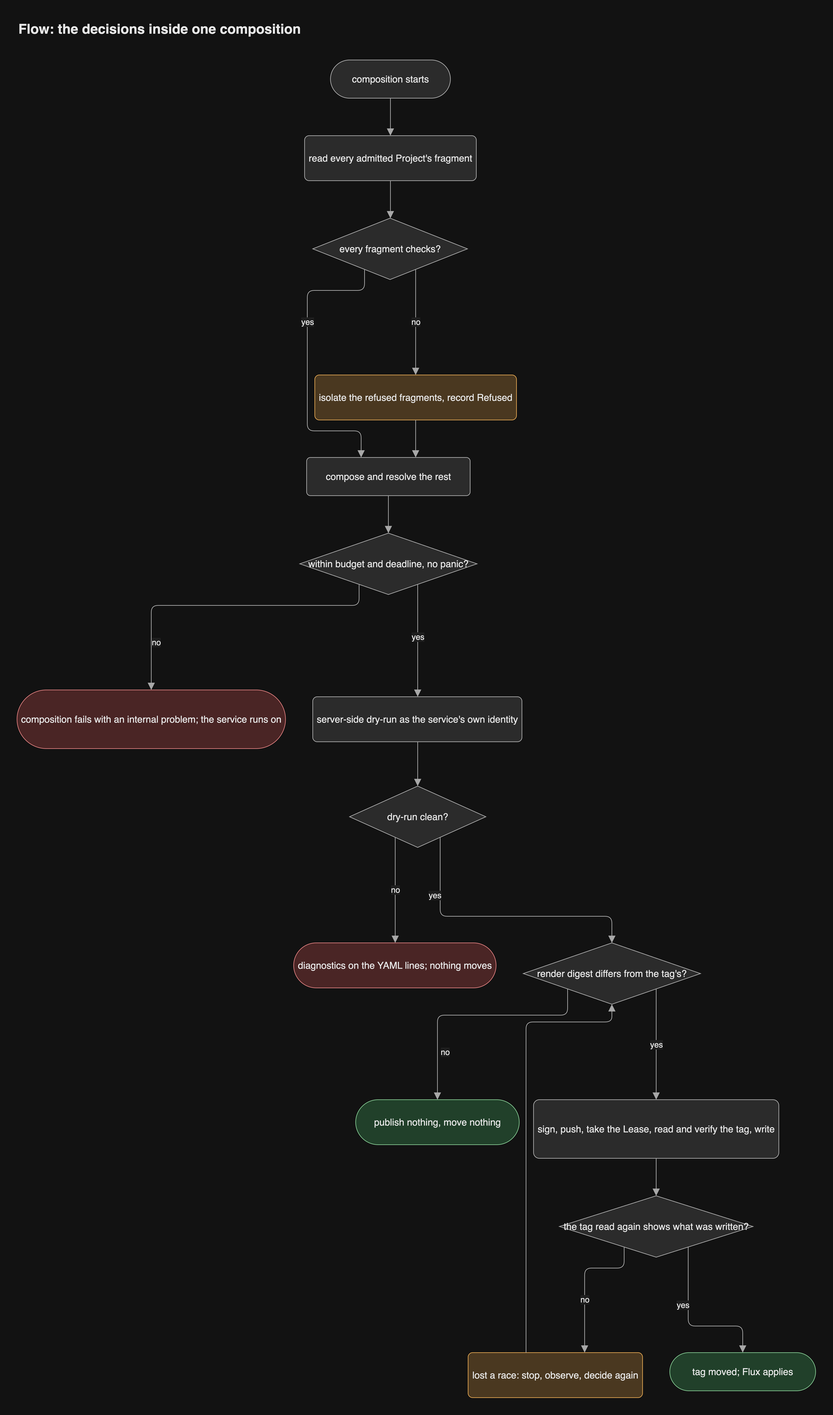
This is docs/diagrams/png/flow-composition.png from JorisJonkers-dev/estate-kit, a draw.io export, as it was before one commit. Source tidied: cells renumbered, new cells last; positions are measured from the earlier drawing's top-left corner, leaving out a move shared by most shapes.
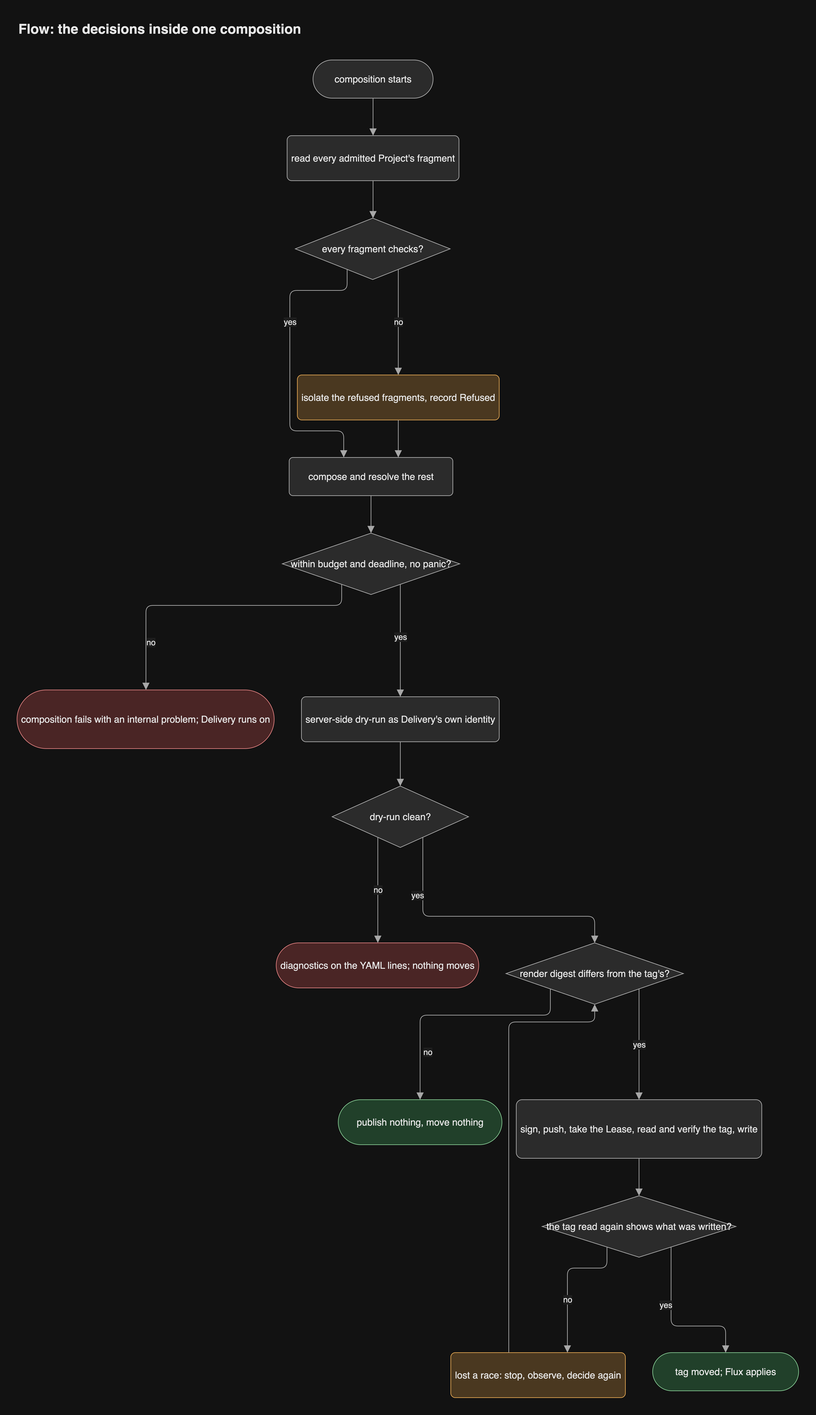
The same file after the commit.

Diff of the diagram source:
```diff
@@ -20,11 +20,11 @@
     <mxCell id="7" value="within budget and deadline, no panic?" style="rhombus;html=1;whiteSpace=wrap;fontSize=14;fontColor=light-dark(#1a1a1a,#e8e8e8);fillColor=light-dark(#f5f5f5,#2b2b2b);strokeColor=light-dark(#666666,#a8a8a8);fontFamily=Helvetica;" parent="1" vertex="1">
       <mxGeometry x="415" y="758" width="260" height="90" as="geometry" />
     </mxCell>
-    <mxCell id="8" value="composition fails with an internal problem; the service runs on" style="rounded=1;arcSize=50;html=1;whiteSpace=wrap;fontSize=14;fontColor=light-dark(#1a1a1a,#e8e8e8);fillColor=light-dark(#f8cecc,#4a2525);strokeColor=light-dark(#b85450,#d47a7a);fontFamily=Helvetica;" parent="1" vertex="1">
-      <mxGeometry y="988" width="394" height="86" as="geometry" />
+    <mxCell id="8" value="composition fails with an internal problem; Delivery runs on" style="rounded=1;arcSize=50;html=1;whiteSpace=wrap;fontSize=14;fontColor=light-dark(#1a1a1a,#e8e8e8);fillColor=light-dark(#f8cecc,#4a2525);strokeColor=light-dark(#b85450,#d47a7a);fontFamily=Helvetica;" parent="1" vertex="1">
+      <mxGeometry x="26" y="988" width="377" height="86" as="geometry" />
     </mxCell>
-    <mxCell id="9" value="server-side dry-run as the service's own identity" style="rounded=1;arcSize=10;html=1;whiteSpace=wrap;fontSize=14;fontColor=light-dark(#1a1a1a,#e8e8e8);fillColor=light-dark(#f5f5f5,#2b2b2b);strokeColor=light-dark(#666666,#a8a8a8);fontFamily=Helvetica;" parent="1" vertex="1">
-      <mxGeometry x="434" y="998" width="307" height="66" as="geometry" />
+    <mxCell id="9" value="server-side dry-run as Delivery's own identity" style="rounded=1;arcSize=10;html=1;whiteSpace=wrap;fontSize=14;fontColor=light-dark(#1a1a1a,#e8e8e8);fillColor=light-dark(#f5f5f5,#2b2b2b);strokeColor=light-dark(#666666,#a8a8a8);fontFamily=Helvetica;" parent="1" vertex="1">
+      <mxGeometry x="443" y="998" width="290" height="66" as="geometry" />
     </mxCell>
     <mxCell id="10" value="dry-run clean?" style="rhombus;html=1;whiteSpace=wrap;fontSize=14;fontColor=light-dark(#1a1a1a,#e8e8e8);fillColor=light-dark(#f5f5f5,#2b2b2b);strokeColor=light-dark(#666666,#a8a8a8);fontFamily=Helvetica;" parent="1" vertex="1">
       <mxGeometry x="488" y="1129" width="200" height="90" as="geometry" />
@@ -96,16 +96,16 @@
         </Array>
       </mxGeometry>
     </mxCell>
-    <mxCell id="24" value="no" style="html=1;rounded=1;fontSize=14;fontSize=12;fontColor=light-dark(#1a1a1a,#e8e8e8);strokeColor=light-dark(#666666,#a8a8a8);endArrow=block;endFill=1;endSize=8;noEdgeStyle=1;orthogonal=1;curved=0;exitX=0.3346;exitY=0.8346;entryX=0.5;entryY=0;fontFamily=Helvetica;labelBackgroundColor=light-dark(#ffffff,#1e1e1e);" parent="1" edge="1" source="7" target="8">
+    <mxCell id="24" value="no" style="html=1;rounded=1;fontSize=14;fontSize=12;fontColor=light-dark(#1a1a1a,#e8e8e8);strokeColor=light-dark(#666666,#a8a8a8);endArrow=block;endFill=1;endSize=8;noEdgeStyle=1;orthogonal=1;curved=0;exitX=0.3346;exitY=0.8346;entryX=0.5013;entryY=0;fontFamily=Helvetica;labelBackgroundColor=light-dark(#ffffff,#1e1e1e);" parent="1" edge="1" source="7" target="8">
       <mxGeometry relative="1" as="geometry">
         <Array as="points">
           <mxPoint x="502" y="864" />
-          <mxPoint x="197" y="864" />
+          <mxPoint x="215" y="864" />
         </Array>
-        <mxPoint x="-98.5" y="54" as="offset" />
+        <mxPoint x="-89.5" y="54" as="offset" />
       </mxGeometry>
     </mxCell>
-    <mxCell id="25" value="yes" style="html=1;rounded=1;fontSize=14;fontSize=12;fontColor=light-dark(#1a1a1a,#e8e8e8);strokeColor=light-dark(#666666,#a8a8a8);endArrow=block;endFill=1;endSize=8;noEdgeStyle=1;orthogonal=1;curved=0;exitX=0.6654;exitY=0.8346;entryX=0.5016;entryY=0;fontFamily=Helvetica;labelBackgroundColor=light-dark(#ffffff,#1e1e1e);" parent="1" edge="1" source="7" target="9">
+    <mxCell id="25" value="yes" style="html=1;rounded=1;fontSize=14;fontSize=12;fontColor=light-dark(#1a1a1a,#e8e8e8);strokeColor=light-dark(#666666,#a8a8a8);endArrow=block;endFill=1;endSize=8;noEdgeStyle=1;orthogonal=1;curved=0;exitX=0.6654;exitY=0.8346;entryX=0.5;entryY=0;fontFamily=Helvetica;labelBackgroundColor=light-dark(#ffffff,#1e1e1e);" parent="1" edge="1" source="7" target="9">
       <mxGeometry relative="1" as="geometry">
         <Array as="points">
           <mxPoint x="588" y="848" />
@@ -113,7 +113,7 @@
         <mxPoint y="-5" as="offset" />
       </mxGeometry>
     </mxCell>
-    <mxCell id="26" style="html=1;rounded=1;fontSize=14;fontSize=12;fontColor=light-dark(#1a1a1a,#e8e8e8);strokeColor=light-dark(#666666,#a8a8a8);endArrow=block;endFill=1;endSize=8;curved=0;exitX=0.5016;exitY=1;entryX=0.5;entryY=0;edgeStyle=orthogonalEdgeStyle;fontFamily=Helvetica;labelBackgroundColor=light-dark(#ffffff,#1e1e1e);" parent="1" edge="1" source="9" target="10">
+    <mxCell id="26" style="html=1;rounded=1;fontSize=14;fontSize=12;fontColor=light-dark(#1a1a1a,#e8e8e8);strokeColor=light-dark(#666666,#a8a8a8);endArrow=block;endFill=1;endSize=8;curved=0;exitX=0.5;exitY=1;entryX=0.5;entryY=0;edgeStyle=orthogonalEdgeStyle;fontFamily=Helvetica;labelBackgroundColor=light-dark(#ffffff,#1e1e1e);" parent="1" edge="1" source="9" target="10">
       <mxGeometry relative="1" as="geometry">
         <Array as="points">
           <mxPoint x="588" y="1096.5" />
@@ -187,7 +187,7 @@
       </mxGeometry>
     </mxCell>
     <mxCell id="35" value="Flow: the decisions inside one composition" style="text;html=1;whiteSpace=wrap;align=left;verticalAlign=middle;fontSize=20;fontStyle=1;fontColor=light-dark(#1a1a1a,#e8e8e8);fontFamily=Helvetica;" parent="1" vertex="1">
-      <mxGeometry width="1172" height="36" as="geometry" />
+      <mxGeometry x="26" width="1146" height="36" as="geometry" />
     </mxCell>
   </root>
 </mxGraphModel>
```
